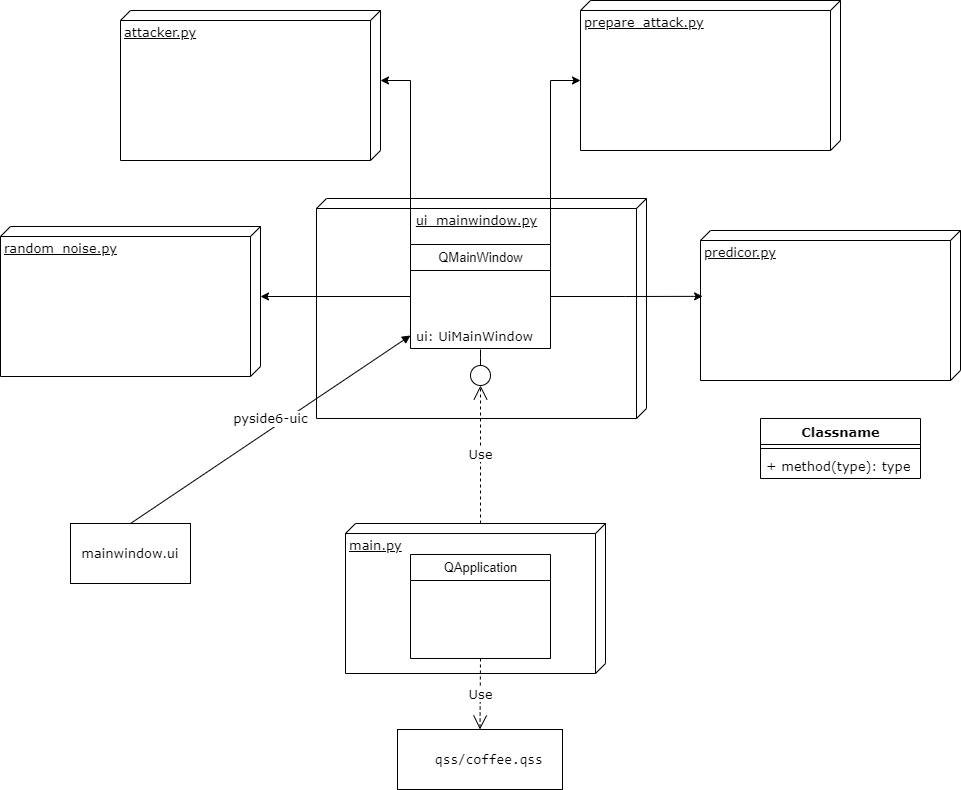
Earlier version of the draw.io export Diagram.drawio.png (sShaAanGg/python-final). Source tidied: cells renumbered, new cells last; positions are measured from the earlier drawing's top-left corner, leaving out a move shared by most shapes. The source it was exported from:
```xml
<mxGraphModel>
  <root>
    <mxCell id="0" />
    <mxCell id="1" parent="0" />
    <mxCell id="2" value="ui_mainwindow.py" style="verticalAlign=top;align=center;spacingTop=8;spacingLeft=2;spacingRight=12;shape=cube;size=10;direction=south;fontStyle=4;html=1;rounded=0;shadow=0;comic=0;labelBackgroundColor=none;strokeWidth=1;fontFamily=Verdana;fontSize=12;" parent="1" vertex="1">
      <mxGeometry x="316" y="198" width="330" height="220" as="geometry" />
    </mxCell>
    <mxCell id="3" value="main.py" style="verticalAlign=top;align=left;spacingTop=8;spacingLeft=2;spacingRight=12;shape=cube;size=10;direction=south;fontStyle=4;html=1;rounded=0;shadow=0;comic=0;labelBackgroundColor=none;strokeWidth=1;fontFamily=Verdana;fontSize=12;" parent="1" vertex="1">
      <mxGeometry x="345" y="523" width="260" height="150" as="geometry" />
    </mxCell>
    <mxCell id="4" style="ellipse;whiteSpace=wrap;html=1;rounded=0;shadow=0;comic=0;labelBackgroundColor=none;strokeWidth=1;fontFamily=Verdana;fontSize=12;align=center;" parent="1" vertex="1">
      <mxGeometry x="470" y="365" width="20" height="20" as="geometry" />
    </mxCell>
    <mxCell id="5" style="edgeStyle=elbowEdgeStyle;rounded=0;html=1;labelBackgroundColor=none;startArrow=none;startFill=0;startSize=8;endArrow=none;endFill=0;endSize=16;fontFamily=Verdana;fontSize=12;" parent="1" edge="1" source="4">
      <mxGeometry relative="1" as="geometry">
        <mxPoint x="480" y="349" as="targetPoint" />
      </mxGeometry>
    </mxCell>
    <mxCell id="6" value="&lt;div style=&quot;font-family: Consolas, &amp;quot;Courier New&amp;quot;, monospace; font-size: 14px; line-height: 19px;&quot;&gt;&lt;span style=&quot;background-color: rgb(255, 255, 255);&quot;&gt;qss/coffee.qss&lt;/span&gt;&lt;/div&gt;" style="whiteSpace=wrap;html=1;fontFamily=Verdana;align=left;spacingLeft=36;rounded=0;shadow=0;comic=0;labelBackgroundColor=none;strokeWidth=1;" parent="1" vertex="1">
      <mxGeometry x="397" y="729" width="165" height="60" as="geometry" />
    </mxCell>
    <mxCell id="7" value="predicor.py&lt;br&gt;" style="verticalAlign=top;align=left;spacingTop=8;spacingLeft=2;spacingRight=12;shape=cube;size=10;direction=south;fontStyle=4;html=1;rounded=0;shadow=0;comic=0;labelBackgroundColor=none;strokeWidth=1;fontFamily=Verdana;fontSize=12;" parent="1" vertex="1">
      <mxGeometry x="700" y="230" width="260" height="150" as="geometry" />
    </mxCell>
    <mxCell id="8" value="random_noise.py&lt;br&gt;" style="verticalAlign=top;align=left;spacingTop=8;spacingLeft=2;spacingRight=12;shape=cube;size=10;direction=south;fontStyle=4;html=1;rounded=0;shadow=0;comic=0;labelBackgroundColor=none;strokeWidth=1;fontFamily=Verdana;fontSize=12;" parent="1" vertex="1">
      <mxGeometry y="226" width="260" height="150" as="geometry" />
    </mxCell>
    <mxCell id="9" value="prepare_attack.py&lt;br&gt;" style="verticalAlign=top;align=left;spacingTop=8;spacingLeft=2;spacingRight=12;shape=cube;size=10;direction=south;fontStyle=4;html=1;rounded=0;shadow=0;comic=0;labelBackgroundColor=none;strokeWidth=1;fontFamily=Verdana;fontSize=12;" parent="1" vertex="1">
      <mxGeometry x="580" width="260" height="150" as="geometry" />
    </mxCell>
    <mxCell id="10" style="edgeStyle=orthogonalEdgeStyle;rounded=0;jettySize=auto;html=1;exitX=1;exitY=0.5;exitDx=0;exitDy=0;entryX=0.439;entryY=0.992;entryDx=0;entryDy=0;entryPerimeter=0;fontColor=#000000;" parent="1" edge="1" source="14" target="7">
      <mxGeometry relative="1" as="geometry" />
    </mxCell>
    <mxCell id="11" style="edgeStyle=orthogonalEdgeStyle;rounded=0;jettySize=auto;html=1;exitX=0;exitY=0.5;exitDx=0;exitDy=0;entryX=0;entryY=0;entryDx=70;entryDy=0;entryPerimeter=0;fontColor=#000000;" parent="1" edge="1" source="14" target="8">
      <mxGeometry relative="1" as="geometry" />
    </mxCell>
    <mxCell id="12" style="edgeStyle=orthogonalEdgeStyle;rounded=0;jettySize=auto;html=1;exitX=1;exitY=0;exitDx=0;exitDy=0;fontColor=#000000;entryX=0;entryY=0;entryDx=80;entryDy=260;entryPerimeter=0;" parent="1" edge="1" source="14" target="9">
      <mxGeometry relative="1" as="geometry" />
    </mxCell>
    <mxCell id="13" style="edgeStyle=orthogonalEdgeStyle;rounded=0;jettySize=auto;html=1;exitX=0;exitY=0;exitDx=0;exitDy=0;fontColor=#000000;entryX=0;entryY=0;entryDx=70;entryDy=0;entryPerimeter=0;" parent="1" edge="1" source="14" target="16">
      <mxGeometry relative="1" as="geometry" />
    </mxCell>
    <mxCell id="14" value="QMainWindow" style="swimlane;fontStyle=0;horizontal=1;startSize=26;fillColor=none;labelBackgroundColor=none;labelBorderColor=none;fontColor=#000000;html=1;" parent="1" vertex="1">
      <mxGeometry x="410" y="244" width="140" height="104" as="geometry" />
    </mxCell>
    <mxCell id="15" value="QApplication" style="swimlane;fontStyle=0;horizontal=1;startSize=26;fillColor=none;labelBackgroundColor=none;labelBorderColor=none;fontColor=#000000;html=1;" parent="1" vertex="1">
      <mxGeometry x="410" y="554" width="140" height="104" as="geometry" />
    </mxCell>
    <mxCell id="16" value="attacker.py&lt;br&gt;" style="verticalAlign=top;align=left;spacingTop=8;spacingLeft=2;spacingRight=12;shape=cube;size=10;direction=south;fontStyle=4;html=1;rounded=0;shadow=0;comic=0;labelBackgroundColor=none;strokeWidth=1;fontFamily=Verdana;fontSize=12;" parent="1" vertex="1">
      <mxGeometry x="120" y="10" width="260" height="150" as="geometry" />
    </mxCell>
    <mxCell id="17" value="Classname" style="swimlane;fontStyle=1;align=center;verticalAlign=top;horizontal=1;startSize=26;rounded=0;shadow=0;labelBackgroundColor=none;comic=0;fontFamily=Verdana;fontSize=12;fontColor=default;strokeColor=default;strokeWidth=1;fillColor=default;html=1;" parent="1" vertex="1">
      <mxGeometry x="760" y="418" width="160" height="60" as="geometry" />
    </mxCell>
    <mxCell id="18" style="line;strokeWidth=1;fillColor=none;align=left;verticalAlign=middle;spacingTop=-1;spacingLeft=3;spacingRight=3;labelPosition=right;rounded=0;shadow=0;labelBackgroundColor=none;comic=0;fontFamily=Verdana;fontSize=12;fontColor=default;html=1;" parent="17" vertex="1">
      <mxGeometry y="26" width="160" height="8" as="geometry" />
    </mxCell>
    <mxCell id="19" value="+ method(type): type" style="text;strokeColor=none;fillColor=none;align=left;verticalAlign=top;spacingLeft=4;spacingRight=4;overflow=hidden;rounded=0;shadow=0;labelBackgroundColor=none;comic=0;fontFamily=Verdana;fontSize=12;fontColor=default;html=1;" parent="17" vertex="1">
      <mxGeometry y="34" width="160" height="26" as="geometry" />
    </mxCell>
    <mxCell id="20" value="ui: UiMainWindow" style="text;strokeColor=none;fillColor=none;align=left;verticalAlign=top;spacingLeft=4;spacingRight=4;overflow=hidden;points=[[0,0.5],[1,0.5]];portConstraint=eastwest;rounded=0;shadow=0;labelBackgroundColor=none;comic=0;fontFamily=Verdana;fontSize=12;fontColor=default;html=1;" parent="1" vertex="1">
      <mxGeometry x="410" y="322" width="140" height="26" as="geometry" />
    </mxCell>
    <mxCell id="21" value="mainwindow.ui" style="whiteSpace=wrap;html=1;rounded=0;shadow=0;labelBackgroundColor=none;comic=0;fontFamily=Verdana;fontSize=12;fontColor=default;strokeColor=default;strokeWidth=1;fillColor=default;" parent="1" vertex="1">
      <mxGeometry x="70" y="523" width="120" height="60" as="geometry" />
    </mxCell>
    <mxCell id="22" value="Use" style="endArrow=open;endSize=12;dashed=1;html=1;rounded=0;fontFamily=Verdana;fontSize=12;fontColor=default;exitX=0.5;exitY=1;exitDx=0;exitDy=0;entryX=0.5;entryY=0;entryDx=0;entryDy=0;" parent="1" edge="1" source="15" target="6">
      <mxGeometry relative="1" as="geometry" />
    </mxCell>
    <mxCell id="23" value="Use" style="endArrow=open;endSize=12;dashed=1;html=1;rounded=0;fontFamily=Verdana;fontSize=12;fontColor=default;entryX=0.5;entryY=1;entryDx=0;entryDy=0;exitX=0;exitY=0;exitDx=0;exitDy=125;exitPerimeter=0;" parent="1" edge="1" source="3" target="4">
      <mxGeometry relative="1" as="geometry" />
    </mxCell>
    <mxCell id="24" value="pyside6-uic" style="html=1;verticalAlign=bottom;endArrow=block;rounded=0;fontFamily=Verdana;fontSize=12;fontColor=default;entryX=0;entryY=0.5;entryDx=0;entryDy=0;exitX=0.5;exitY=0;exitDx=0;exitDy=0;" parent="1" edge="1" source="21" target="20">
      <mxGeometry relative="1" as="geometry" />
    </mxCell>
  </root>
</mxGraphModel>
```
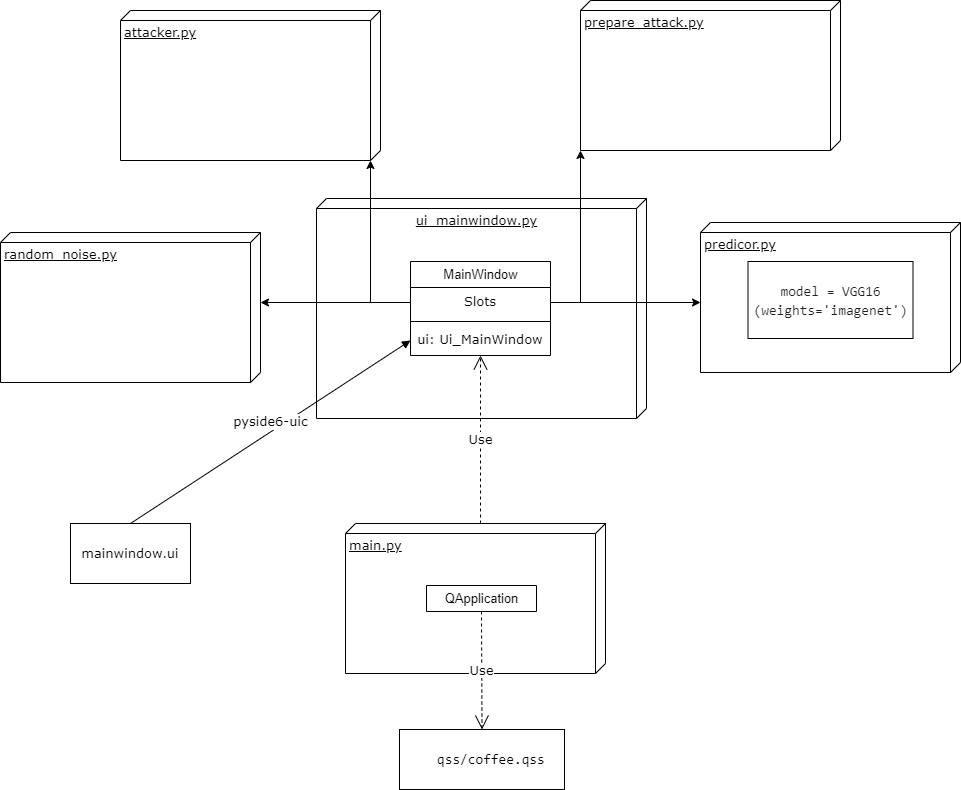
Above is the later version.

The edit, as a diff of the source:
```diff
@@ -3,75 +3,67 @@
     <mxCell id="0" />
     <mxCell id="1" parent="0" />
     <mxCell id="2" value="ui_mainwindow.py" style="verticalAlign=top;align=center;spacingTop=8;spacingLeft=2;spacingRight=12;shape=cube;size=10;direction=south;fontStyle=4;html=1;rounded=0;shadow=0;comic=0;labelBackgroundColor=none;strokeWidth=1;fontFamily=Verdana;fontSize=12;" parent="1" vertex="1">
-      <mxGeometry x="316" y="198" width="330" height="220" as="geometry" />
+      <mxGeometry x="316" y="179" width="330" height="220" as="geometry" />
     </mxCell>
     <mxCell id="3" value="main.py" style="verticalAlign=top;align=left;spacingTop=8;spacingLeft=2;spacingRight=12;shape=cube;size=10;direction=south;fontStyle=4;html=1;rounded=0;shadow=0;comic=0;labelBackgroundColor=none;strokeWidth=1;fontFamily=Verdana;fontSize=12;" parent="1" vertex="1">
-      <mxGeometry x="345" y="523" width="260" height="150" as="geometry" />
+      <mxGeometry x="345" y="504" width="260" height="150" as="geometry" />
     </mxCell>
-    <mxCell id="4" style="ellipse;whiteSpace=wrap;html=1;rounded=0;shadow=0;comic=0;labelBackgroundColor=none;strokeWidth=1;fontFamily=Verdana;fontSize=12;align=center;" parent="1" vertex="1">
-      <mxGeometry x="470" y="365" width="20" height="20" as="geometry" />
-    </mxCell>
-    <mxCell id="5" style="edgeStyle=elbowEdgeStyle;rounded=0;html=1;labelBackgroundColor=none;startArrow=none;startFill=0;startSize=8;endArrow=none;endFill=0;endSize=16;fontFamily=Verdana;fontSize=12;" parent="1" edge="1" source="4">
-      <mxGeometry relative="1" as="geometry">
-        <mxPoint x="480" y="349" as="targetPoint" />
-      </mxGeometry>
-    </mxCell>
     <mxCell id="6" value="&lt;div style=&quot;font-family: Consolas, &amp;quot;Courier New&amp;quot;, monospace; font-size: 14px; line-height: 19px;&quot;&gt;&lt;span style=&quot;background-color: rgb(255, 255, 255);&quot;&gt;qss/coffee.qss&lt;/span&gt;&lt;/div&gt;" style="whiteSpace=wrap;html=1;fontFamily=Verdana;align=left;spacingLeft=36;rounded=0;shadow=0;comic=0;labelBackgroundColor=none;strokeWidth=1;" parent="1" vertex="1">
-      <mxGeometry x="397" y="729" width="165" height="60" as="geometry" />
+      <mxGeometry x="399" y="710" width="165" height="60" as="geometry" />
     </mxCell>
     <mxCell id="7" value="predicor.py&lt;br&gt;" style="verticalAlign=top;align=left;spacingTop=8;spacingLeft=2;spacingRight=12;shape=cube;size=10;direction=south;fontStyle=4;html=1;rounded=0;shadow=0;comic=0;labelBackgroundColor=none;strokeWidth=1;fontFamily=Verdana;fontSize=12;" parent="1" vertex="1">
-      <mxGeometry x="700" y="230" width="260" height="150" as="geometry" />
+      <mxGeometry x="700" y="203" width="260" height="150" as="geometry" />
     </mxCell>
     <mxCell id="8" value="random_noise.py&lt;br&gt;" style="verticalAlign=top;align=left;spacingTop=8;spacingLeft=2;spacingRight=12;shape=cube;size=10;direction=south;fontStyle=4;html=1;rounded=0;shadow=0;comic=0;labelBackgroundColor=none;strokeWidth=1;fontFamily=Verdana;fontSize=12;" parent="1" vertex="1">
-      <mxGeometry y="226" width="260" height="150" as="geometry" />
+      <mxGeometry y="213" width="260" height="150" as="geometry" />
     </mxCell>
     <mxCell id="9" value="prepare_attack.py&lt;br&gt;" style="verticalAlign=top;align=left;spacingTop=8;spacingLeft=2;spacingRight=12;shape=cube;size=10;direction=south;fontStyle=4;html=1;rounded=0;shadow=0;comic=0;labelBackgroundColor=none;strokeWidth=1;fontFamily=Verdana;fontSize=12;" parent="1" vertex="1">
-      <mxGeometry x="580" width="260" height="150" as="geometry" />
+      <mxGeometry x="580" y="-19" width="260" height="150" as="geometry" />
     </mxCell>
-    <mxCell id="10" style="edgeStyle=orthogonalEdgeStyle;rounded=0;jettySize=auto;html=1;exitX=1;exitY=0.5;exitDx=0;exitDy=0;entryX=0.439;entryY=0.992;entryDx=0;entryDy=0;entryPerimeter=0;fontColor=#000000;" parent="1" edge="1" source="14" target="7">
-      <mxGeometry relative="1" as="geometry" />
-    </mxCell>
-    <mxCell id="11" style="edgeStyle=orthogonalEdgeStyle;rounded=0;jettySize=auto;html=1;exitX=0;exitY=0.5;exitDx=0;exitDy=0;entryX=0;entryY=0;entryDx=70;entryDy=0;entryPerimeter=0;fontColor=#000000;" parent="1" edge="1" source="14" target="8">
-      <mxGeometry relative="1" as="geometry" />
-    </mxCell>
-    <mxCell id="12" style="edgeStyle=orthogonalEdgeStyle;rounded=0;jettySize=auto;html=1;exitX=1;exitY=0;exitDx=0;exitDy=0;fontColor=#000000;entryX=0;entryY=0;entryDx=80;entryDy=260;entryPerimeter=0;" parent="1" edge="1" source="14" target="9">
-      <mxGeometry relative="1" as="geometry" />
-    </mxCell>
-    <mxCell id="13" style="edgeStyle=orthogonalEdgeStyle;rounded=0;jettySize=auto;html=1;exitX=0;exitY=0;exitDx=0;exitDy=0;fontColor=#000000;entryX=0;entryY=0;entryDx=70;entryDy=0;entryPerimeter=0;" parent="1" edge="1" source="14" target="16">
-      <mxGeometry relative="1" as="geometry" />
-    </mxCell>
-    <mxCell id="14" value="QMainWindow" style="swimlane;fontStyle=0;horizontal=1;startSize=26;fillColor=none;labelBackgroundColor=none;labelBorderColor=none;fontColor=#000000;html=1;" parent="1" vertex="1">
-      <mxGeometry x="410" y="244" width="140" height="104" as="geometry" />
+    <mxCell id="14" value="MainWindow" style="swimlane;fontStyle=0;horizontal=1;startSize=26;fillColor=none;labelBackgroundColor=none;labelBorderColor=none;fontColor=#000000;html=1;" parent="1" vertex="1">
+      <mxGeometry x="410" y="242" width="140" height="94" as="geometry" />
     </mxCell>
+    <mxCell id="25" value="Slots" style="text;strokeColor=none;fillColor=none;align=center;verticalAlign=top;spacingLeft=4;spacingRight=4;overflow=hidden;points=[[0,0.5],[1,0.5]];portConstraint=eastwest;rounded=0;shadow=0;labelBackgroundColor=none;comic=0;fontFamily=Verdana;fontSize=12;fontColor=default;html=1;" parent="14" vertex="1">
+      <mxGeometry y="26" width="140" height="30" as="geometry" />
+    </mxCell>
+    <mxCell id="26" style="line;strokeWidth=1;fillColor=none;align=left;verticalAlign=middle;spacingTop=-1;spacingLeft=3;spacingRight=3;labelPosition=right;rounded=0;shadow=0;labelBackgroundColor=#FFFFFF;labelBorderColor=none;comic=0;fontFamily=Verdana;fontSize=12;fontColor=#1E1E1E;html=1;" parent="14" vertex="1">
+      <mxGeometry y="56" width="140" height="8" as="geometry" />
+    </mxCell>
+    <mxCell id="20" value="ui: Ui_MainWindow" style="text;strokeColor=none;fillColor=none;align=center;verticalAlign=top;spacingLeft=4;spacingRight=4;overflow=hidden;points=[[0,0.5],[1,0.5]];portConstraint=eastwest;rounded=0;shadow=0;labelBackgroundColor=none;comic=0;fontFamily=Verdana;fontSize=12;fontColor=default;html=1;" parent="14" vertex="1">
+      <mxGeometry y="64" width="140" height="30" as="geometry" />
+    </mxCell>
-    <mxCell id="15" value="QApplication" style="swimlane;fontStyle=0;horizontal=1;startSize=26;fillColor=none;labelBackgroundColor=none;labelBorderColor=none;fontColor=#000000;html=1;" parent="1" vertex="1">
-      <mxGeometry x="410" y="554" width="140" height="104" as="geometry" />
+    <mxCell id="15" value="QApplication" style="swimlane;fontStyle=0;horizontal=1;startSize=26;fillColor=none;labelBackgroundColor=none;labelBorderColor=none;fontColor=#000000;html=1;" parent="1" vertex="1" collapsed="1">
+      <mxGeometry x="426" y="566" width="110" height="26" as="geometry" />
     </mxCell>
     <mxCell id="16" value="attacker.py&lt;br&gt;" style="verticalAlign=top;align=left;spacingTop=8;spacingLeft=2;spacingRight=12;shape=cube;size=10;direction=south;fontStyle=4;html=1;rounded=0;shadow=0;comic=0;labelBackgroundColor=none;strokeWidth=1;fontFamily=Verdana;fontSize=12;" parent="1" vertex="1">
-      <mxGeometry x="120" y="10" width="260" height="150" as="geometry" />
+      <mxGeometry x="120" y="-9" width="260" height="150" as="geometry" />
     </mxCell>
-    <mxCell id="17" value="Classname" style="swimlane;fontStyle=1;align=center;verticalAlign=top;horizontal=1;startSize=26;rounded=0;shadow=0;labelBackgroundColor=none;comic=0;fontFamily=Verdana;fontSize=12;fontColor=default;strokeColor=default;strokeWidth=1;fillColor=default;html=1;" parent="1" vertex="1">
-      <mxGeometry x="760" y="418" width="160" height="60" as="geometry" />
-    </mxCell>
-    <mxCell id="18" style="line;strokeWidth=1;fillColor=none;align=left;verticalAlign=middle;spacingTop=-1;spacingLeft=3;spacingRight=3;labelPosition=right;rounded=0;shadow=0;labelBackgroundColor=none;comic=0;fontFamily=Verdana;fontSize=12;fontColor=default;html=1;" parent="17" vertex="1">
-      <mxGeometry y="26" width="160" height="8" as="geometry" />
-    </mxCell>
-    <mxCell id="19" value="+ method(type): type" style="text;strokeColor=none;fillColor=none;align=left;verticalAlign=top;spacingLeft=4;spacingRight=4;overflow=hidden;rounded=0;shadow=0;labelBackgroundColor=none;comic=0;fontFamily=Verdana;fontSize=12;fontColor=default;html=1;" parent="17" vertex="1">
-      <mxGeometry y="34" width="160" height="26" as="geometry" />
-    </mxCell>
-    <mxCell id="20" value="ui: UiMainWindow" style="text;strokeColor=none;fillColor=none;align=left;verticalAlign=top;spacingLeft=4;spacingRight=4;overflow=hidden;points=[[0,0.5],[1,0.5]];portConstraint=eastwest;rounded=0;shadow=0;labelBackgroundColor=none;comic=0;fontFamily=Verdana;fontSize=12;fontColor=default;html=1;" parent="1" vertex="1">
-      <mxGeometry x="410" y="322" width="140" height="26" as="geometry" />
-    </mxCell>
     <mxCell id="21" value="mainwindow.ui" style="whiteSpace=wrap;html=1;rounded=0;shadow=0;labelBackgroundColor=none;comic=0;fontFamily=Verdana;fontSize=12;fontColor=default;strokeColor=default;strokeWidth=1;fillColor=default;" parent="1" vertex="1">
-      <mxGeometry x="70" y="523" width="120" height="60" as="geometry" />
+      <mxGeometry x="70" y="504" width="120" height="60" as="geometry" />
     </mxCell>
     <mxCell id="22" value="Use" style="endArrow=open;endSize=12;dashed=1;html=1;rounded=0;fontFamily=Verdana;fontSize=12;fontColor=default;exitX=0.5;exitY=1;exitDx=0;exitDy=0;entryX=0.5;entryY=0;entryDx=0;entryDy=0;" parent="1" edge="1" source="15" target="6">
       <mxGeometry relative="1" as="geometry" />
     </mxCell>
-    <mxCell id="23" value="Use" style="endArrow=open;endSize=12;dashed=1;html=1;rounded=0;fontFamily=Verdana;fontSize=12;fontColor=default;entryX=0.5;entryY=1;entryDx=0;entryDy=0;exitX=0;exitY=0;exitDx=0;exitDy=125;exitPerimeter=0;" parent="1" edge="1" source="3" target="4">
+    <mxCell id="23" value="Use" style="endArrow=open;endSize=12;dashed=1;html=1;rounded=0;fontFamily=Verdana;fontSize=12;fontColor=default;exitX=0;exitY=0;exitDx=0;exitDy=125;exitPerimeter=0;" parent="1" edge="1" source="3" target="20">
       <mxGeometry relative="1" as="geometry" />
     </mxCell>
-    <mxCell id="24" value="pyside6-uic" style="html=1;verticalAlign=bottom;endArrow=block;rounded=0;fontFamily=Verdana;fontSize=12;fontColor=default;entryX=0;entryY=0.5;entryDx=0;entryDy=0;exitX=0.5;exitY=0;exitDx=0;exitDy=0;" parent="1" edge="1" source="21" target="20">
+    <mxCell id="24" value="pyside6-uic" style="html=1;verticalAlign=bottom;endArrow=block;rounded=0;fontFamily=Verdana;fontSize=12;fontColor=default;exitX=0.5;exitY=0;exitDx=0;exitDy=0;entryX=0;entryY=0.5;entryDx=0;entryDy=0;" parent="1" edge="1" source="21" target="20">
       <mxGeometry relative="1" as="geometry" />
     </mxCell>
+    <mxCell id="27" value="&lt;div style=&quot;font-family: Consolas, &amp;quot;Courier New&amp;quot;, monospace; font-size: 14px; line-height: 19px;&quot;&gt;&lt;span style=&quot;background-color: rgb(255, 255, 255);&quot;&gt;&lt;font color=&quot;#1e1e1e&quot;&gt;model = VGG16&lt;/font&gt;&lt;/span&gt;&lt;/div&gt;&lt;div style=&quot;font-family: Consolas, &amp;quot;Courier New&amp;quot;, monospace; font-size: 14px; line-height: 19px;&quot;&gt;&lt;span style=&quot;background-color: rgb(255, 255, 255);&quot;&gt;&lt;font color=&quot;#1e1e1e&quot;&gt;(weights='imagenet')&lt;/font&gt;&lt;/span&gt;&lt;/div&gt;" style="html=1;rounded=0;shadow=0;labelBackgroundColor=none;labelBorderColor=none;comic=0;fontFamily=Verdana;fontSize=12;fontColor=default;strokeColor=default;strokeWidth=1;fillColor=default;" parent="1" vertex="1">
+      <mxGeometry x="747.5" y="242" width="165" height="77" as="geometry" />
+    </mxCell>
+    <mxCell id="28" style="edgeStyle=orthogonalEdgeStyle;rounded=0;jettySize=auto;html=1;exitX=0;exitY=0.5;exitDx=0;exitDy=0;entryX=0;entryY=0;entryDx=70;entryDy=0;entryPerimeter=0;fontFamily=Verdana;fontSize=12;fontColor=#1E1E1E;" parent="1" edge="1" source="25" target="8">
+      <mxGeometry relative="1" as="geometry" />
+    </mxCell>
+    <mxCell id="29" style="edgeStyle=orthogonalEdgeStyle;rounded=0;jettySize=auto;html=1;exitX=1;exitY=0.5;exitDx=0;exitDy=0;entryX=0;entryY=0;entryDx=80;entryDy=260;entryPerimeter=0;fontFamily=Verdana;fontSize=12;fontColor=#1E1E1E;" parent="1" edge="1" source="25" target="7">
+      <mxGeometry relative="1" as="geometry" />
+    </mxCell>
+    <mxCell id="30" style="edgeStyle=orthogonalEdgeStyle;rounded=0;jettySize=auto;html=1;entryX=1;entryY=1;entryDx=0;entryDy=0;entryPerimeter=0;fontFamily=Verdana;fontSize=12;fontColor=#1E1E1E;" parent="1" edge="1" source="25" target="9">
+      <mxGeometry relative="1" as="geometry" />
+    </mxCell>
+    <mxCell id="31" style="edgeStyle=orthogonalEdgeStyle;rounded=0;jettySize=auto;html=1;entryX=0;entryY=0;entryDx=150;entryDy=10;entryPerimeter=0;fontFamily=Verdana;fontSize=12;fontColor=#1E1E1E;" parent="1" edge="1" source="25" target="16">
+      <mxGeometry relative="1" as="geometry" />
+    </mxCell>
   </root>
 </mxGraphModel>
```
